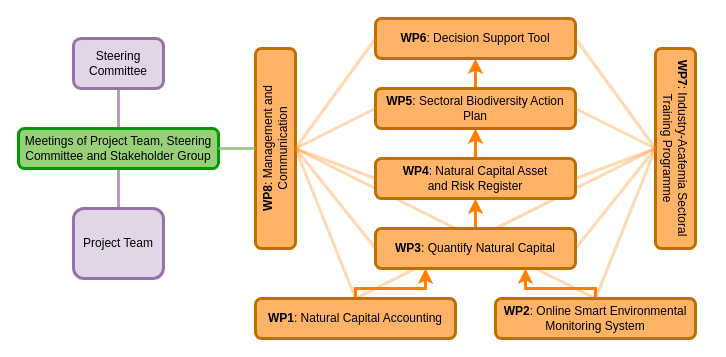
This is Nature_energy_structure.drawio from gibbona1/diagrams, a draw.io file, before an edit. Source tidied: cells renumbered, new cells numbered last; positions are measured from the earlier drawing's top-left corner, leaving out a move shared by most shapes. Both pictures are drawn from the tidied source at 100%, with x=0, y=0 at pixel (18, 18).
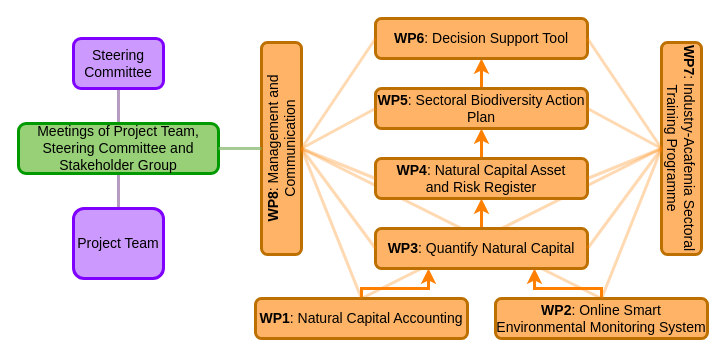
Above is the later version.

Change to the diagram source:
```diff
@@
-    <mxCell id="2" style="endArrow=none;html=1;rounded=0;exitX=0.5;exitY=0;exitDx=0;exitDy=0;entryX=0.5;entryY=1;entryDx=0;entryDy=0;strokeColor=#FF8000;strokeWidth=3;opacity=30;" parent="1" edge="1" source="6" target="16">
+    <mxCell id="2" style="endArrow=none;html=1;rounded=0;exitX=0.5;exitY=0;exitDx=0;exitDy=0;entryX=0.5;entryY=1;entryDx=0;entryDy=0;strokeColor=#FF8000;strokeWidth=3;opacity=30;fontFamily=Helvetica;fontSize=14;" parent="1" edge="1" source="6" target="16">
       <mxGeometry relative="1" as="geometry" />
     </mxCell>
-    <mxCell id="3" style="endArrow=none;html=1;rounded=0;exitX=0.5;exitY=1;exitDx=0;exitDy=0;entryX=0.5;entryY=0;entryDx=0;entryDy=0;strokeColor=#FF8000;strokeWidth=3;opacity=30;" parent="1" edge="1" source="17" target="8">
+    <mxCell id="3" style="endArrow=none;html=1;rounded=0;exitX=0.5;exitY=1;exitDx=0;exitDy=0;entryX=0.5;entryY=0;entryDx=0;entryDy=0;strokeColor=#FF8000;strokeWidth=3;opacity=30;fontFamily=Helvetica;fontSize=14;" parent="1" edge="1" source="17" target="8">
       <mxGeometry relative="1" as="geometry" />
     </mxCell>
-    <mxCell id="4" style="endArrow=none;html=1;rounded=0;exitX=0.5;exitY=1;exitDx=0;exitDy=0;entryX=0.5;entryY=0;entryDx=0;entryDy=0;strokeColor=#9673a6;strokeWidth=3;opacity=70;fillColor=#e1d5e7;" parent="1" edge="1" source="19" target="20">
+    <mxCell id="4" style="endArrow=none;html=1;rounded=0;exitX=0.5;exitY=1;exitDx=0;exitDy=0;entryX=0.5;entryY=0;entryDx=0;entryDy=0;strokeColor=#9673a6;strokeWidth=3;opacity=70;fillColor=#e1d5e7;fontFamily=Helvetica;fontSize=14;" parent="1" edge="1" source="19" target="20">
       <mxGeometry relative="1" as="geometry" />
     </mxCell>
-    <mxCell id="5" style="edgeStyle=orthogonalEdgeStyle;rounded=0;jettySize=auto;html=1;entryX=0.25;entryY=1;entryDx=0;entryDy=0;fillColor=#fff2cc;strokeColor=#FF8000;strokeWidth=3;" parent="1" edge="1" source="6" target="10">
+    <mxCell id="5" style="edgeStyle=orthogonalEdgeStyle;rounded=0;jettySize=auto;html=1;entryX=0.25;entryY=1;entryDx=0;entryDy=0;fillColor=#fff2cc;strokeColor=#FF8000;strokeWidth=3;fontFamily=Helvetica;fontSize=14;exitX=0.5;exitY=0;exitDx=0;exitDy=0;" parent="1" edge="1" source="6" target="10">
       <mxGeometry relative="1" as="geometry">
         <Array as="points">
-          <mxPoint x="337" y="270" />
-          <mxPoint x="407" y="270" />
+          <mxPoint x="343" y="270" />
+          <mxPoint x="410" y="270" />
         </Array>
       </mxGeometry>
     </mxCell>
-    <mxCell id="6" value="&lt;b&gt;WP1&lt;/b&gt;: Natural Capital Accounting" style="rounded=1;whiteSpace=wrap;html=1;fillColor=#FFB366;strokeColor=#BD7000;fontColor=#000000;strokeWidth=3;" parent="1" vertex="1">
-      <mxGeometry x="237" y="280" width="200" height="40" as="geometry" />
+    <mxCell id="6" value="&lt;b&gt;WP1&lt;/b&gt;: Natural Capital Accounting" style="rounded=1;whiteSpace=wrap;html=1;fillColor=#FFB366;strokeColor=#BD7000;fontColor=#000000;strokeWidth=3;fontFamily=Helvetica;fontSize=14;" parent="1" vertex="1">
+      <mxGeometry x="237" y="280" width="212" height="40" as="geometry" />
     </mxCell>
-    <mxCell id="7" style="edgeStyle=orthogonalEdgeStyle;rounded=0;jettySize=auto;html=1;entryX=0.75;entryY=1;entryDx=0;entryDy=0;fillColor=#fff2cc;strokeColor=#FF8000;strokeWidth=3;" parent="1" edge="1" source="8" target="10">
+    <mxCell id="7" style="edgeStyle=orthogonalEdgeStyle;rounded=0;jettySize=auto;html=1;entryX=0.75;entryY=1;entryDx=0;entryDy=0;fillColor=#fff2cc;strokeColor=#FF8000;strokeWidth=3;fontFamily=Helvetica;fontSize=14;exitX=0.5;exitY=0;exitDx=0;exitDy=0;" parent="1" edge="1" source="8" target="10">
       <mxGeometry relative="1" as="geometry">
         <Array as="points">
-          <mxPoint x="577" y="270" />
-          <mxPoint x="507" y="270" />
+          <mxPoint x="583" y="270" />
+          <mxPoint x="516" y="270" />
         </Array>
       </mxGeometry>
     </mxCell>
-    <mxCell id="8" value="&lt;b&gt;WP2&lt;/b&gt;: Online Smart Environmental Monitoring System" style="rounded=1;whiteSpace=wrap;html=1;fillColor=#FFB366;strokeColor=#BD7000;fontColor=#000000;strokeWidth=3;" parent="1" vertex="1">
-      <mxGeometry x="477" y="280" width="200" height="40" as="geometry" />
+    <mxCell id="8" value="&lt;b&gt;WP2&lt;/b&gt;: Online Smart Environmental Monitoring System" style="rounded=1;whiteSpace=wrap;html=1;fillColor=#FFB366;strokeColor=#BD7000;fontColor=#000000;strokeWidth=3;fontFamily=Helvetica;fontSize=14;" parent="1" vertex="1">
+      <mxGeometry x="477" y="280" width="212" height="40" as="geometry" />
     </mxCell>
-    <mxCell id="9" style="edgeStyle=orthogonalEdgeStyle;rounded=0;jettySize=auto;html=1;entryX=0.5;entryY=1;entryDx=0;entryDy=0;fillColor=#fff2cc;strokeColor=#FF8000;strokeWidth=3;" parent="1" edge="1" source="10" target="12">
+    <mxCell id="9" style="edgeStyle=orthogonalEdgeStyle;rounded=0;jettySize=auto;html=1;entryX=0.5;entryY=1;entryDx=0;entryDy=0;fillColor=#fff2cc;strokeColor=#FF8000;strokeWidth=3;fontFamily=Helvetica;fontSize=14;" parent="1" edge="1" source="10" target="12">
       <mxGeometry relative="1" as="geometry" />
     </mxCell>
-    <mxCell id="10" value="&lt;b&gt;WP3&lt;/b&gt;: Quantify Natural Capital" style="rounded=1;whiteSpace=wrap;html=1;fillColor=#FFB366;strokeColor=#BD7000;fontColor=#000000;strokeWidth=3;" parent="1" vertex="1">
-      <mxGeometry x="357" y="210" width="200" height="40" as="geometry" />
+    <mxCell id="10" value="&lt;b&gt;WP3&lt;/b&gt;: Quantify Natural Capital" style="rounded=1;whiteSpace=wrap;html=1;fillColor=#FFB366;strokeColor=#BD7000;fontColor=#000000;strokeWidth=3;fontFamily=Helvetica;fontSize=14;" parent="1" vertex="1">
+      <mxGeometry x="357" y="210" width="212" height="40" as="geometry" />
     </mxCell>
-    <mxCell id="11" style="edgeStyle=orthogonalEdgeStyle;rounded=0;jettySize=auto;html=1;entryX=0.5;entryY=1;entryDx=0;entryDy=0;fillColor=#fff2cc;strokeColor=#FF8000;strokeWidth=3;" parent="1" edge="1" source="12" target="14">
+    <mxCell id="11" style="edgeStyle=orthogonalEdgeStyle;rounded=0;jettySize=auto;html=1;entryX=0.5;entryY=1;entryDx=0;entryDy=0;fillColor=#fff2cc;strokeColor=#FF8000;strokeWidth=3;fontFamily=Helvetica;fontSize=14;" parent="1" edge="1" source="12" target="14">
       <mxGeometry relative="1" as="geometry" />
     </mxCell>
-    <mxCell id="12" value="&lt;b&gt;WP4&lt;/b&gt;: Natural Capital Asset &lt;br&gt;and Risk Register" style="rounded=1;whiteSpace=wrap;html=1;fillColor=#FFB366;strokeColor=#BD7000;fontColor=#000000;strokeWidth=3;" parent="1" vertex="1">
-      <mxGeometry x="357" y="140" width="200" height="40" as="geometry" />
+    <mxCell id="12" value="&lt;b&gt;WP4&lt;/b&gt;: Natural Capital Asset &lt;br&gt;and Risk Register" style="rounded=1;whiteSpace=wrap;html=1;fillColor=#FFB366;strokeColor=#BD7000;fontColor=#000000;strokeWidth=3;fontFamily=Helvetica;fontSize=14;" parent="1" vertex="1">
+      <mxGeometry x="357" y="140" width="212" height="40" as="geometry" />
     </mxCell>
-    <mxCell id="13" style="edgeStyle=orthogonalEdgeStyle;rounded=0;jettySize=auto;html=1;fillColor=#fff2cc;strokeColor=#FF8000;strokeWidth=3;" parent="1" edge="1" source="14" target="15">
+    <mxCell id="13" style="edgeStyle=orthogonalEdgeStyle;rounded=0;jettySize=auto;html=1;fillColor=#fff2cc;strokeColor=#FF8000;strokeWidth=3;fontFamily=Helvetica;fontSize=14;" parent="1" edge="1" source="14" target="15">
       <mxGeometry relative="1" as="geometry" />
     </mxCell>
-    <mxCell id="14" value="&lt;b&gt;WP5&lt;/b&gt;: Sectoral Biodiversity Action Plan" style="rounded=1;whiteSpace=wrap;html=1;fillColor=#FFB366;strokeColor=#BD7000;fontColor=#000000;strokeWidth=3;" parent="1" vertex="1">
-      <mxGeometry x="357" y="70" width="200" height="40" as="geometry" />
+    <mxCell id="14" value="&lt;b&gt;WP5&lt;/b&gt;: Sectoral Biodiversity Action Plan" style="rounded=1;whiteSpace=wrap;html=1;fillColor=#FFB366;strokeColor=#BD7000;fontColor=#000000;strokeWidth=3;fontFamily=Helvetica;fontSize=14;" parent="1" vertex="1">
+      <mxGeometry x="357" y="70" width="212" height="40" as="geometry" />
     </mxCell>
-    <mxCell id="15" value="&lt;b&gt;WP6&lt;/b&gt;: Decision Support Tool" style="rounded=1;whiteSpace=wrap;html=1;fillColor=#FFB366;strokeColor=#BD7000;fontColor=#000000;strokeWidth=3;" parent="1" vertex="1">
-      <mxGeometry x="357" width="200" height="40" as="geometry" />
+    <mxCell id="15" value="&lt;b&gt;WP6&lt;/b&gt;: Decision Support Tool" style="rounded=1;whiteSpace=wrap;html=1;fillColor=#FFB366;strokeColor=#BD7000;fontColor=#000000;strokeWidth=3;fontFamily=Helvetica;fontSize=14;" parent="1" vertex="1">
+      <mxGeometry x="357" width="212" height="40" as="geometry" />
     </mxCell>
-    <mxCell id="16" value="&lt;b&gt;WP7&lt;/b&gt;: Industry-Acafemia Sectoral Training Programme" style="rounded=1;whiteSpace=wrap;html=1;rotation=90;fillColor=#FFB366;strokeColor=#BD7000;fontColor=#000000;strokeWidth=3;" parent="1" vertex="1">
-      <mxGeometry x="557" y="110" width="200" height="40" as="geometry" />
+    <mxCell id="16" value="&lt;b&gt;WP7&lt;/b&gt;: Industry-Acafemia Sectoral Training Programme" style="rounded=1;whiteSpace=wrap;html=1;rotation=90;fillColor=#FFB366;strokeColor=#BD7000;fontColor=#000000;strokeWidth=3;fontFamily=Helvetica;fontSize=14;" parent="1" vertex="1">
+      <mxGeometry x="557" y="110" width="212" height="40" as="geometry" />
     </mxCell>
-    <mxCell id="17" value="&lt;b&gt;WP8&lt;/b&gt;: Management and Communication" style="rounded=1;whiteSpace=wrap;html=1;rotation=-90;fillColor=#FFB366;strokeColor=#BD7000;fontColor=#000000;strokeWidth=3;" parent="1" vertex="1">
-      <mxGeometry x="157" y="110" width="200" height="40" as="geometry" />
+    <mxCell id="17" value="&lt;b&gt;WP8&lt;/b&gt;: Management and Communication" style="rounded=1;whiteSpace=wrap;html=1;rotation=-90;fillColor=#FFB366;strokeColor=#BD7000;fontColor=#000000;strokeWidth=3;fontFamily=Helvetica;fontSize=14;" parent="1" vertex="1">
+      <mxGeometry x="157" y="110" width="212" height="40" as="geometry" />
     </mxCell>
-    <mxCell id="18" value="Meetings of Project Team, Steering Committee and Stakeholder Group" style="rounded=1;whiteSpace=wrap;html=1;rotation=0;fillColor=#97D077;strokeColor=#009900;strokeWidth=3;" parent="1" vertex="1">
-      <mxGeometry y="110" width="200" height="40" as="geometry" />
+    <mxCell id="18" value="Meetings of Project Team, Steering Committee and Stakeholder Group" style="rounded=1;whiteSpace=wrap;html=1;rotation=0;fillColor=#97D077;strokeColor=#009900;strokeWidth=3;fontFamily=Helvetica;fontSize=14;" parent="1" vertex="1">
+      <mxGeometry y="105" width="200" height="50" as="geometry" />
     </mxCell>
-    <mxCell id="19" value="Steering Committee" style="rounded=1;whiteSpace=wrap;html=1;rotation=0;fillColor=#e1d5e7;strokeColor=#9673a6;strokeWidth=3;" parent="1" vertex="1">
+    <mxCell id="19" value="Steering Committee" style="rounded=1;whiteSpace=wrap;html=1;rotation=0;fillColor=#CC99FF;strokeColor=#7F00FF;strokeWidth=3;fontFamily=Helvetica;fontSize=14;" parent="1" vertex="1">
       <mxGeometry x="55" y="20" width="90" height="50" as="geometry" />
     </mxCell>
-    <mxCell id="20" value="Project Team" style="rounded=1;whiteSpace=wrap;html=1;rotation=0;fillColor=#e1d5e7;strokeColor=#9673a6;strokeWidth=3;" parent="1" vertex="1">
+    <mxCell id="20" value="Project Team" style="rounded=1;whiteSpace=wrap;html=1;rotation=0;fillColor=#CC99FF;strokeColor=#7F00FF;strokeWidth=3;fontFamily=Helvetica;fontSize=14;" parent="1" vertex="1">
       <mxGeometry x="55" y="190" width="90" height="70" as="geometry" />
     </mxCell>
-    <mxCell id="21" style="endArrow=none;html=1;rounded=0;exitX=0.5;exitY=0;exitDx=0;exitDy=0;entryX=0.5;entryY=1;entryDx=0;entryDy=0;strokeColor=#FF8000;strokeWidth=3;opacity=30;" parent="1" edge="1" source="8" target="16">
+    <mxCell id="21" style="endArrow=none;html=1;rounded=0;exitX=0.5;exitY=0;exitDx=0;exitDy=0;entryX=0.5;entryY=1;entryDx=0;entryDy=0;strokeColor=#FF8000;strokeWidth=3;opacity=30;fontFamily=Helvetica;fontSize=14;" parent="1" edge="1" source="8" target="16">
       <mxGeometry relative="1" as="geometry" />
     </mxCell>
-    <mxCell id="22" style="endArrow=none;html=1;rounded=0;exitX=1;exitY=0.5;exitDx=0;exitDy=0;entryX=0.5;entryY=1;entryDx=0;entryDy=0;strokeColor=#FF8000;strokeWidth=3;opacity=30;" parent="1" edge="1" source="10" target="16">
+    <mxCell id="22" style="endArrow=none;html=1;rounded=0;exitX=1;exitY=0.5;exitDx=0;exitDy=0;entryX=0.5;entryY=1;entryDx=0;entryDy=0;strokeColor=#FF8000;strokeWidth=3;opacity=30;fontFamily=Helvetica;fontSize=14;" parent="1" edge="1" source="10" target="16">
       <mxGeometry relative="1" as="geometry" />
     </mxCell>
-    <mxCell id="23" style="endArrow=none;html=1;rounded=0;exitX=1;exitY=0.5;exitDx=0;exitDy=0;entryX=0.5;entryY=1;entryDx=0;entryDy=0;strokeColor=#FF8000;strokeWidth=3;opacity=30;" parent="1" edge="1" source="12" target="16">
+    <mxCell id="23" style="endArrow=none;html=1;rounded=0;exitX=1;exitY=0.5;exitDx=0;exitDy=0;entryX=0.5;entryY=1;entryDx=0;entryDy=0;strokeColor=#FF8000;strokeWidth=3;opacity=30;fontFamily=Helvetica;fontSize=14;" parent="1" edge="1" source="12" target="16">
       <mxGeometry relative="1" as="geometry" />
     </mxCell>
-    <mxCell id="24" style="endArrow=none;html=1;rounded=0;exitX=1;exitY=0.5;exitDx=0;exitDy=0;entryX=0.5;entryY=1;entryDx=0;entryDy=0;strokeColor=#FF8000;strokeWidth=3;opacity=30;" parent="1" edge="1" source="14" target="16">
+    <mxCell id="24" style="endArrow=none;html=1;rounded=0;exitX=1;exitY=0.5;exitDx=0;exitDy=0;entryX=0.5;entryY=1;entryDx=0;entryDy=0;strokeColor=#FF8000;strokeWidth=3;opacity=30;fontFamily=Helvetica;fontSize=14;" parent="1" edge="1" source="14" target="16">
       <mxGeometry relative="1" as="geometry" />
     </mxCell>
-    <mxCell id="25" style="endArrow=none;html=1;rounded=0;exitX=1;exitY=0.5;exitDx=0;exitDy=0;entryX=0.5;entryY=1;entryDx=0;entryDy=0;strokeColor=#FF8000;strokeWidth=3;opacity=30;" parent="1" edge="1" source="15" target="16">
+    <mxCell id="25" style="endArrow=none;html=1;rounded=0;exitX=1;exitY=0.5;exitDx=0;exitDy=0;entryX=0.5;entryY=1;entryDx=0;entryDy=0;strokeColor=#FF8000;strokeWidth=3;opacity=30;fontFamily=Helvetica;fontSize=14;" parent="1" edge="1" source="15" target="16">
       <mxGeometry relative="1" as="geometry" />
     </mxCell>
-    <mxCell id="26" style="endArrow=none;html=1;rounded=0;exitX=0.5;exitY=1;exitDx=0;exitDy=0;entryX=0;entryY=0.5;entryDx=0;entryDy=0;strokeColor=#FF8000;strokeWidth=3;opacity=30;" parent="1" edge="1" source="17" target="15">
+    <mxCell id="26" style="endArrow=none;html=1;rounded=0;exitX=0.5;exitY=1;exitDx=0;exitDy=0;entryX=0;entryY=0.5;entryDx=0;entryDy=0;strokeColor=#FF8000;strokeWidth=3;opacity=30;fontFamily=Helvetica;fontSize=14;" parent="1" edge="1" source="17" target="15">
       <mxGeometry relative="1" as="geometry" />
     </mxCell>
-    <mxCell id="27" style="endArrow=none;html=1;rounded=0;exitX=0.5;exitY=1;exitDx=0;exitDy=0;entryX=0.5;entryY=0;entryDx=0;entryDy=0;strokeColor=#FF8000;strokeWidth=3;opacity=30;" parent="1" edge="1" source="17" target="6">
+    <mxCell id="27" style="endArrow=none;html=1;rounded=0;exitX=0.5;exitY=1;exitDx=0;exitDy=0;entryX=0.5;entryY=0;entryDx=0;entryDy=0;strokeColor=#FF8000;strokeWidth=3;opacity=30;fontFamily=Helvetica;fontSize=14;" parent="1" edge="1" source="17" target="6">
       <mxGeometry relative="1" as="geometry" />
     </mxCell>
-    <mxCell id="28" style="endArrow=none;html=1;rounded=0;exitX=0.5;exitY=1;exitDx=0;exitDy=0;entryX=0;entryY=0.5;entryDx=0;entryDy=0;strokeColor=#FF8000;strokeWidth=3;opacity=30;" parent="1" edge="1" source="17" target="14">
+    <mxCell id="28" style="endArrow=none;html=1;rounded=0;exitX=0.5;exitY=1;exitDx=0;exitDy=0;entryX=0;entryY=0.5;entryDx=0;entryDy=0;strokeColor=#FF8000;strokeWidth=3;opacity=30;fontFamily=Helvetica;fontSize=14;" parent="1" edge="1" source="17" target="14">
       <mxGeometry relative="1" as="geometry" />
     </mxCell>
-    <mxCell id="29" style="endArrow=none;html=1;rounded=0;exitX=0.5;exitY=1;exitDx=0;exitDy=0;entryX=0;entryY=0.5;entryDx=0;entryDy=0;strokeColor=#FF8000;strokeWidth=3;opacity=30;" parent="1" edge="1" source="17" target="12">
+    <mxCell id="29" style="endArrow=none;html=1;rounded=0;exitX=0.5;exitY=1;exitDx=0;exitDy=0;entryX=0;entryY=0.5;entryDx=0;entryDy=0;strokeColor=#FF8000;strokeWidth=3;opacity=30;fontFamily=Helvetica;fontSize=14;" parent="1" edge="1" source="17" target="12">
       <mxGeometry relative="1" as="geometry" />
     </mxCell>
-    <mxCell id="30" style="endArrow=none;html=1;rounded=0;exitX=0.5;exitY=1;exitDx=0;exitDy=0;entryX=0;entryY=0.5;entryDx=0;entryDy=0;strokeColor=#FF8000;strokeWidth=3;opacity=30;" parent="1" edge="1" source="17" target="10">
+    <mxCell id="30" style="endArrow=none;html=1;rounded=0;exitX=0.5;exitY=1;exitDx=0;exitDy=0;entryX=0;entryY=0.5;entryDx=0;entryDy=0;strokeColor=#FF8000;strokeWidth=3;opacity=30;fontFamily=Helvetica;fontSize=14;" parent="1" edge="1" source="17" target="10">
       <mxGeometry relative="1" as="geometry" />
     </mxCell>
-    <mxCell id="31" style="endArrow=none;html=1;rounded=0;exitX=0.5;exitY=0;exitDx=0;exitDy=0;entryX=1;entryY=0.5;entryDx=0;entryDy=0;strokeColor=#82b366;strokeWidth=3;opacity=70;fillColor=#d5e8d4;" parent="1" edge="1" source="17" target="18">
+    <mxCell id="31" style="endArrow=none;html=1;rounded=0;exitX=0.5;exitY=0;exitDx=0;exitDy=0;entryX=1;entryY=0.5;entryDx=0;entryDy=0;strokeColor=#82b366;strokeWidth=3;opacity=70;fillColor=#d5e8d4;fontFamily=Helvetica;fontSize=14;" parent="1" edge="1" source="17" target="18">
       <mxGeometry relative="1" as="geometry" />
     </mxCell>
```
